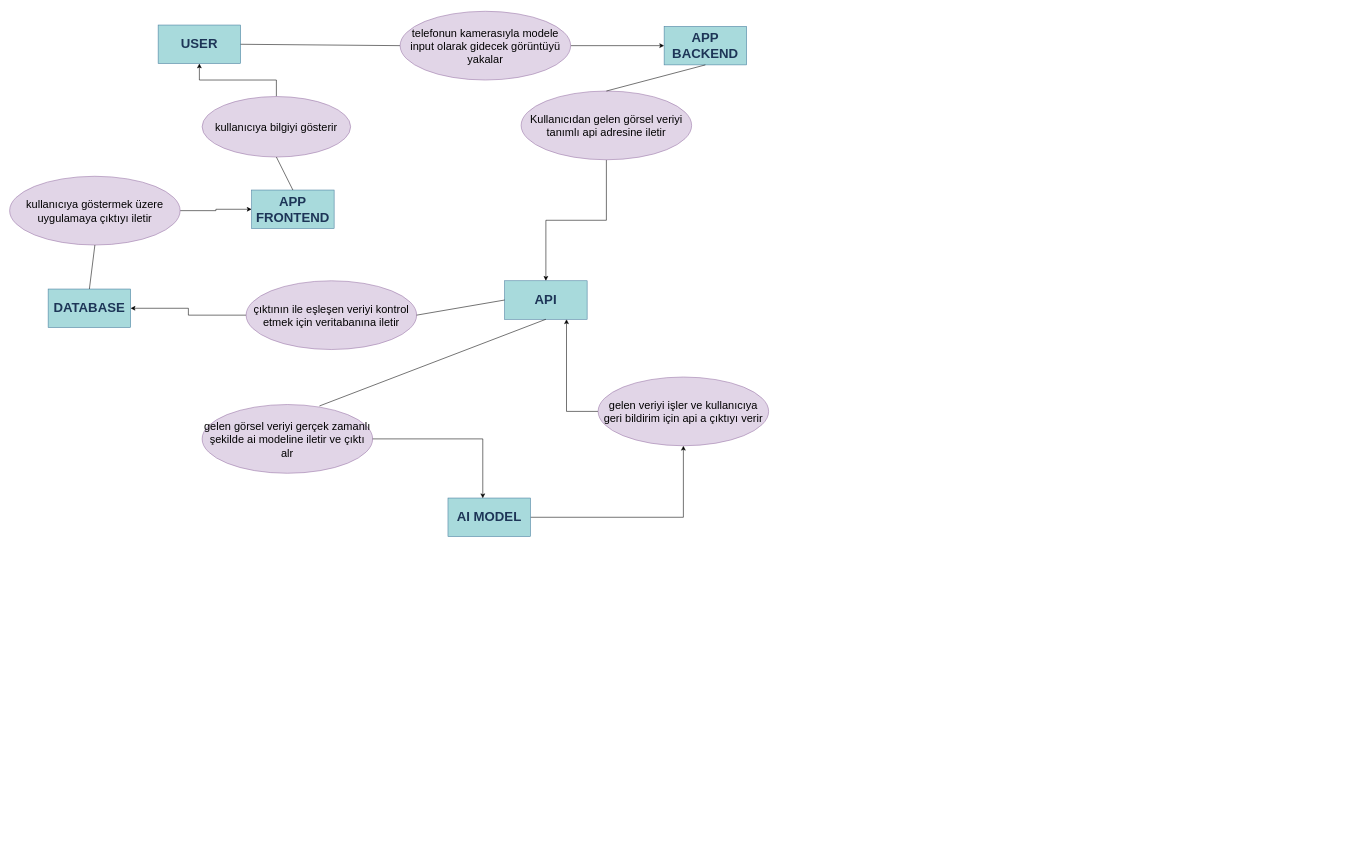
Earlier version of the draw.io diagram database_project.drawio (kaanygl/database). Source tidied: cells renumbered, new cells numbered last; positions are measured from the earlier drawing's top-left corner, leaving out a move shared by most shapes. Both pictures are drawn from the tidied source at 55%, with x=0, y=0 at pixel (9, 11).
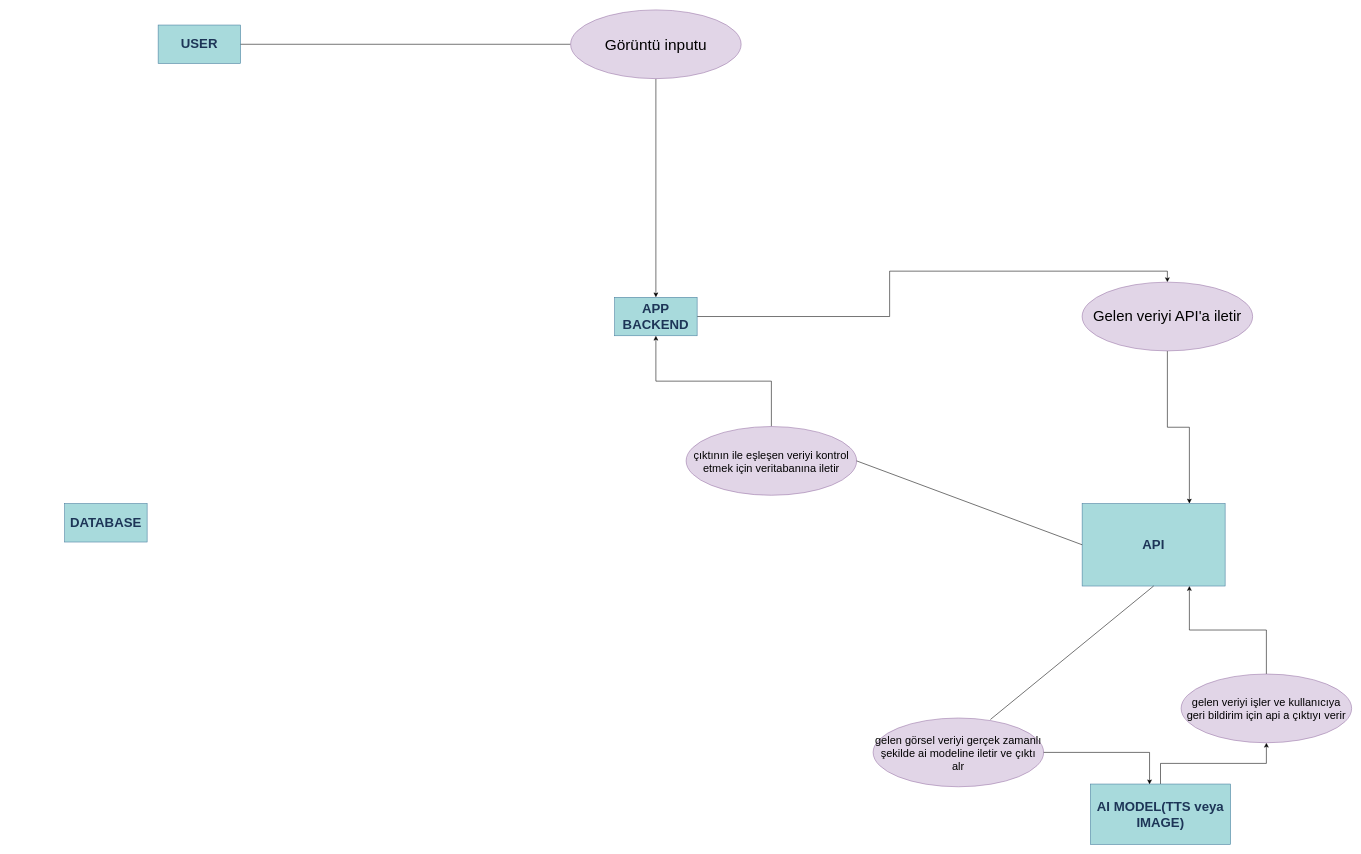
Above is the later version.

Unchanged cells that the change refers to:
```xml
<mxCell id="2" value="&lt;h1&gt;USER&lt;/h1&gt;" style="whiteSpace=wrap;html=1;strokeColor=#457B9D;fontColor=#1D3557;fillColor=#A8DADC;labelBackgroundColor=none;" parent="1" vertex="1">
  <mxGeometry x="270" y="25" width="150" height="70" as="geometry" />
</mxCell>
```

Diff of the diagram source:
```diff
@@
     <mxCell id="4" value="&lt;h1&gt;API&lt;/h1&gt;" style="whiteSpace=wrap;html=1;strokeColor=#457B9D;fontColor=#1D3557;fillColor=#A8DADC;labelBackgroundColor=none;" parent="1" vertex="1">
-      <mxGeometry x="900" y="490" width="150" height="70" as="geometry" />
+      <mxGeometry x="1950" y="895" width="260" height="150" as="geometry" />
     </mxCell>
@@
-    <mxCell id="6" value="&lt;font style=&quot;font-size: 20px;&quot;&gt;telefonun kamerasıyla modele input olarak gidecek görüntüyü yakalar&lt;/font&gt;" style="ellipse;whiteSpace=wrap;html=1;fillColor=#e1d5e7;strokeColor=#9673a6;" parent="1" vertex="1">
-      <mxGeometry x="710" width="310" height="125" as="geometry" />
+    <mxCell id="6" value="&lt;font style=&quot;font-size: 28px;&quot;&gt;Görüntü inputu&lt;/font&gt;" style="ellipse;whiteSpace=wrap;html=1;fillColor=#e1d5e7;strokeColor=#9673a6;" parent="1" vertex="1">
+      <mxGeometry x="1020" y="-2.5" width="310" height="125" as="geometry" />
     </mxCell>
+    <mxCell id="29" style="edgeStyle=orthogonalEdgeStyle;rounded=0;jettySize=auto;html=1;entryX=0.5;entryY=0;entryDx=0;entryDy=0;" parent="1" edge="1" source="7" target="9">
+      <mxGeometry relative="1" as="geometry" />
+    </mxCell>
     <mxCell id="7" value="&lt;h1&gt;APP BACKEND&lt;/h1&gt;" style="whiteSpace=wrap;html=1;strokeColor=#457B9D;fontColor=#1D3557;fillColor=#A8DADC;labelBackgroundColor=none;" parent="1" vertex="1">
-      <mxGeometry x="1190" y="27.5" width="150" height="70" as="geometry" />
+      <mxGeometry x="1100" y="520" width="150" height="70" as="geometry" />
     </mxCell>
-    <mxCell id="8" style="edgeStyle=orthogonalEdgeStyle;rounded=0;jettySize=auto;html=1;entryX=0.5;entryY=0;entryDx=0;entryDy=0;" parent="1" edge="1" source="9" target="4">
+    <mxCell id="8" style="edgeStyle=orthogonalEdgeStyle;rounded=0;jettySize=auto;html=1;entryX=0.75;entryY=0;entryDx=0;entryDy=0;" parent="1" edge="1" source="9" target="4">
       <mxGeometry relative="1" as="geometry" />
     </mxCell>
-    <mxCell id="9" value="&lt;font style=&quot;font-size: 20px;&quot;&gt;&lt;font style=&quot;font-size: 20px;&quot;&gt;Kullanıcıdan&lt;/font&gt; gelen görsel veriyi tanımlı api adresine iletir&lt;/font&gt;" style="ellipse;whiteSpace=wrap;html=1;fillColor=#e1d5e7;strokeColor=#9673a6;" parent="1" vertex="1">
-      <mxGeometry x="930" y="145" width="310" height="125" as="geometry" />
+    <mxCell id="9" value="&lt;font style=&quot;font-size: 27px;&quot;&gt;Gelen veriyi API'a iletir&lt;/font&gt;" style="ellipse;whiteSpace=wrap;html=1;fillColor=#e1d5e7;strokeColor=#9673a6;" parent="1" vertex="1">
+      <mxGeometry x="1950" y="492.5" width="310" height="125" as="geometry" />
     </mxCell>
-    <mxCell id="10" style="endArrow=none;html=1;rounded=0;entryX=0.5;entryY=1;entryDx=0;entryDy=0;exitX=0.5;exitY=0;exitDx=0;exitDy=0;" parent="1" edge="1" source="9" target="7">
-      <mxGeometry relative="1" as="geometry" />
-    </mxCell>
@@
     <mxCell id="12" value="&lt;span style=&quot;font-size: 20px;&quot;&gt;gelen görsel veriyi gerçek zamanlı şekilde ai modeline iletir ve çıktı alr&lt;/span&gt;" style="ellipse;whiteSpace=wrap;html=1;fillColor=#e1d5e7;strokeColor=#9673a6;" parent="1" vertex="1">
-      <mxGeometry x="350" y="715" width="310" height="125" as="geometry" />
+      <mxGeometry x="1570" y="1285" width="310" height="125" as="geometry" />
     </mxCell>
@@
-    <mxCell id="14" value="&lt;h1&gt;AI MODEL&lt;/h1&gt;" style="whiteSpace=wrap;html=1;strokeColor=#457B9D;fontColor=#1D3557;fillColor=#A8DADC;labelBackgroundColor=none;" parent="1" vertex="1">
-      <mxGeometry x="797" y="885" width="150" height="70" as="geometry" />
+    <mxCell id="14" value="&lt;h1&gt;AI MODEL(TTS veya IMAGE)&lt;/h1&gt;" style="whiteSpace=wrap;html=1;strokeColor=#457B9D;fontColor=#1D3557;fillColor=#A8DADC;labelBackgroundColor=none;" parent="1" vertex="1">
+      <mxGeometry x="1965" y="1405" width="255" height="110" as="geometry" />
     </mxCell>
@@
     <mxCell id="17" value="&lt;span style=&quot;font-size: 20px;&quot;&gt;gelen veriyi işler ve kullanıcıya geri bildirim için api a çıktıyı verir&lt;/span&gt;" style="ellipse;whiteSpace=wrap;html=1;fillColor=#e1d5e7;strokeColor=#9673a6;" parent="1" vertex="1">
-      <mxGeometry x="1070" y="665" width="310" height="125" as="geometry" />
+      <mxGeometry x="2130" y="1205" width="310" height="125" as="geometry" />
     </mxCell>
-    <mxCell id="18" style="edgeStyle=orthogonalEdgeStyle;rounded=0;jettySize=auto;html=1;entryX=1;entryY=0.5;entryDx=0;entryDy=0;" parent="1" edge="1" source="19" target="24">
-      <mxGeometry relative="1" as="geometry" />
-    </mxCell>
+    <mxCell id="30" style="edgeStyle=orthogonalEdgeStyle;rounded=0;jettySize=auto;html=1;entryX=0.5;entryY=1;entryDx=0;entryDy=0;" parent="1" edge="1" source="19" target="7">
+      <mxGeometry relative="1" as="geometry" />
+    </mxCell>
     <mxCell id="19" value="&lt;span style=&quot;font-size: 20px;&quot;&gt;çıktının ile eşleşen veriyi kontrol etmek için veritabanına iletir&lt;/span&gt;" style="ellipse;whiteSpace=wrap;html=1;fillColor=#e1d5e7;strokeColor=#9673a6;" parent="1" vertex="1">
-      <mxGeometry x="430" y="490" width="310" height="125" as="geometry" />
+      <mxGeometry x="1230" y="755" width="310" height="125" as="geometry" />
     </mxCell>
+    <mxCell id="24" value="&lt;h1&gt;DATABASE&lt;/h1&gt;" style="whiteSpace=wrap;html=1;strokeColor=#457B9D;fontColor=#1D3557;fillColor=#A8DADC;labelBackgroundColor=none;" parent="1" vertex="1">
+      <mxGeometry x="100" y="895" width="150" height="70" as="geometry" />
+    </mxCell>
@@
-    <mxCell id="21" value="&lt;h1&gt;APP FRONTEND&lt;/h1&gt;" style="whiteSpace=wrap;html=1;strokeColor=#457B9D;fontColor=#1D3557;fillColor=#A8DADC;labelBackgroundColor=none;" parent="1" vertex="1">
-      <mxGeometry x="440" y="325" width="150" height="70" as="geometry" />
-    </mxCell>
-    <mxCell id="22" style="edgeStyle=orthogonalEdgeStyle;rounded=0;jettySize=auto;html=1;entryX=0.5;entryY=1;entryDx=0;entryDy=0;" parent="1" edge="1" source="23" target="2">
-      <mxGeometry relative="1" as="geometry" />
-    </mxCell>
-    <mxCell id="23" value="&lt;span style=&quot;font-size: 20px;&quot;&gt;kullanıcıya bilgiyi gösterir&lt;/span&gt;" style="ellipse;whiteSpace=wrap;html=1;fillColor=#e1d5e7;strokeColor=#9673a6;" parent="1" vertex="1">
-      <mxGeometry x="350" y="155" width="270" height="110" as="geometry" />
-    </mxCell>
-    <mxCell id="24" value="&lt;h1&gt;DATABASE&lt;/h1&gt;" style="whiteSpace=wrap;html=1;strokeColor=#457B9D;fontColor=#1D3557;fillColor=#A8DADC;labelBackgroundColor=none;" parent="1" vertex="1">
-      <mxGeometry x="70" y="505" width="150" height="70" as="geometry" />
-    </mxCell>
-    <mxCell id="25" style="edgeStyle=orthogonalEdgeStyle;rounded=0;jettySize=auto;html=1;entryX=0;entryY=0.5;entryDx=0;entryDy=0;" parent="1" edge="1" source="26" target="21">
-      <mxGeometry relative="1" as="geometry" />
-    </mxCell>
-    <mxCell id="26" value="&lt;span style=&quot;font-size: 20px;&quot;&gt;kullanıcıya göstermek üzere uygulamaya çıktıyı iletir&lt;/span&gt;" style="ellipse;whiteSpace=wrap;html=1;fillColor=#e1d5e7;strokeColor=#9673a6;" parent="1" vertex="1">
-      <mxGeometry y="300" width="310" height="125" as="geometry" />
-    </mxCell>
-    <mxCell id="27" style="endArrow=none;html=1;rounded=0;exitX=0.5;exitY=0;exitDx=0;exitDy=0;entryX=0.5;entryY=1;entryDx=0;entryDy=0;" parent="1" edge="1" source="24" target="26">
-      <mxGeometry relative="1" as="geometry" />
-    </mxCell>
-    <mxCell id="28" style="endArrow=none;html=1;rounded=0;entryX=0.5;entryY=1;entryDx=0;entryDy=0;exitX=0.5;exitY=0;exitDx=0;exitDy=0;" parent="1" edge="1" source="21" target="23">
-      <mxGeometry relative="1" as="geometry" />
-    </mxCell>
```
